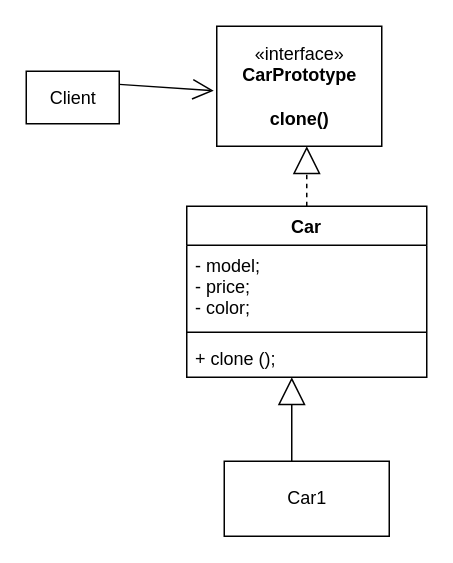
Before: Creational/05_prototype/prototype.drawio in sergiymatsiuk/patterns, a draw.io diagram. Source tidied: cells renumbered, new cells numbered last; positions are measured from the earlier drawing's top-left corner, leaving out a move shared by most shapes. Both pictures are drawn from the tidied source at 150%, with x=0, y=0 at pixel (26, 26).
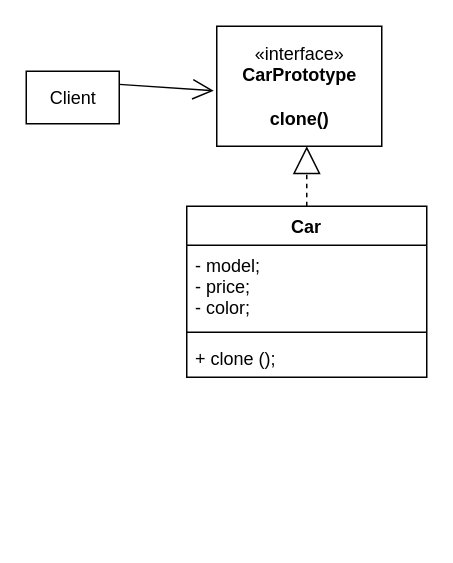
The same diagram, later.

Change to the diagram source:
```diff
@@
 <mxGraphModel>
   <root>
     <mxCell id="0" />
     <mxCell id="1" parent="0" />
     <mxCell id="2" value="«interface»&lt;br&gt;&lt;b&gt;CarPrototype&lt;br&gt;&lt;br&gt;clone()&lt;br&gt;&lt;/b&gt;" style="html=1;" parent="1" vertex="1">
       <mxGeometry x="127" width="110" height="80" as="geometry" />
     </mxCell>
     <mxCell id="3" value="Car" style="swimlane;fontStyle=1;align=center;verticalAlign=top;horizontal=1;startSize=26;" parent="1" vertex="1">
       <mxGeometry x="107" y="120" width="160" height="114" as="geometry" />
     </mxCell>
     <mxCell id="4" value="- model;&#10;- price;&#10;- color;" style="text;strokeColor=none;fillColor=none;align=left;verticalAlign=top;spacingLeft=4;spacingRight=4;overflow=hidden;" parent="3" vertex="1">
       <mxGeometry y="26" width="160" height="54" as="geometry" />
     </mxCell>
     <mxCell id="5" style="line;strokeWidth=1;fillColor=none;align=left;verticalAlign=middle;spacingTop=-1;spacingLeft=3;spacingRight=3;labelPosition=right;" parent="3" vertex="1">
       <mxGeometry y="80" width="160" height="8" as="geometry" />
     </mxCell>
     <mxCell id="6" value="+ clone ();" style="text;strokeColor=none;fillColor=none;align=left;verticalAlign=top;spacingLeft=4;spacingRight=4;overflow=hidden;" parent="3" vertex="1">
       <mxGeometry y="88" width="160" height="26" as="geometry" />
     </mxCell>
     <mxCell id="7" value="Extends" style="endArrow=block;endSize=16;endFill=0;html=1;dashed=1;textOpacity=0;exitX=0.5;exitY=0;exitDx=0;exitDy=0;" parent="1" edge="1" source="3">
       <mxGeometry relative="1" as="geometry">
         <mxPoint x="187" y="80" as="targetPoint" />
       </mxGeometry>
     </mxCell>
-    <mxCell id="8" value="Car1" style="html=1;" parent="1" vertex="1">
-      <mxGeometry x="132" y="290" width="110" height="50" as="geometry" />
-    </mxCell>
-    <mxCell id="9" value="Extends" style="endArrow=block;endSize=16;endFill=0;html=1;textOpacity=0;" parent="1" edge="1">
-      <mxGeometry relative="1" as="geometry">
-        <mxPoint x="177" y="290" as="sourcePoint" />
-        <mxPoint x="177" y="234" as="targetPoint" />
-      </mxGeometry>
-    </mxCell>
     <mxCell id="10" value="Client" style="html=1;" parent="1" vertex="1">
       <mxGeometry y="30" width="62" height="35" as="geometry" />
     </mxCell>
     <mxCell id="11" style="endArrow=open;endFill=1;endSize=12;html=1;exitX=1;exitY=0.25;exitDx=0;exitDy=0;" parent="1" edge="1" source="10">
       <mxGeometry relative="1" as="geometry">
         <mxPoint x="125" y="43" as="targetPoint" />
       </mxGeometry>
     </mxCell>
   </root>
 </mxGraphModel>
```
